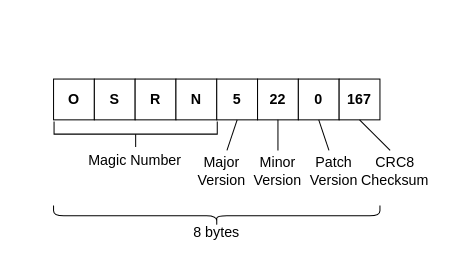
This is osrm_fingerprint.meta.drawio from wangyoucao577/drawio, a draw.io file, before an edit. Source tidied: cells renumbered, new cells numbered last; positions are measured from the earlier drawing's top-left corner, leaving out a move shared by most shapes. Both pictures are drawn from the tidied source at 102%, with x=0, y=0 at pixel (53, 52).
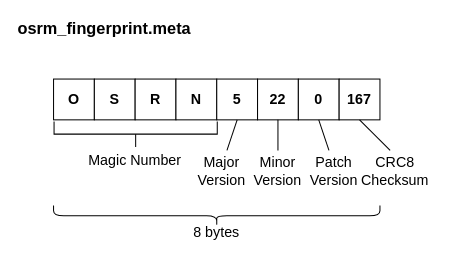
The same diagram, later.

Change to the diagram source:
```diff
@@
+    <mxCell id="22" value="osrm_fingerprint.meta" style="text;html=1;strokeColor=none;fillColor=none;align=center;verticalAlign=middle;whiteSpace=wrap;rounded=0;fontSize=16;fontStyle=1;" parent="1" vertex="1">
+      <mxGeometry x="-5" y="-34" width="110" height="20" as="geometry" />
+    </mxCell>
```
